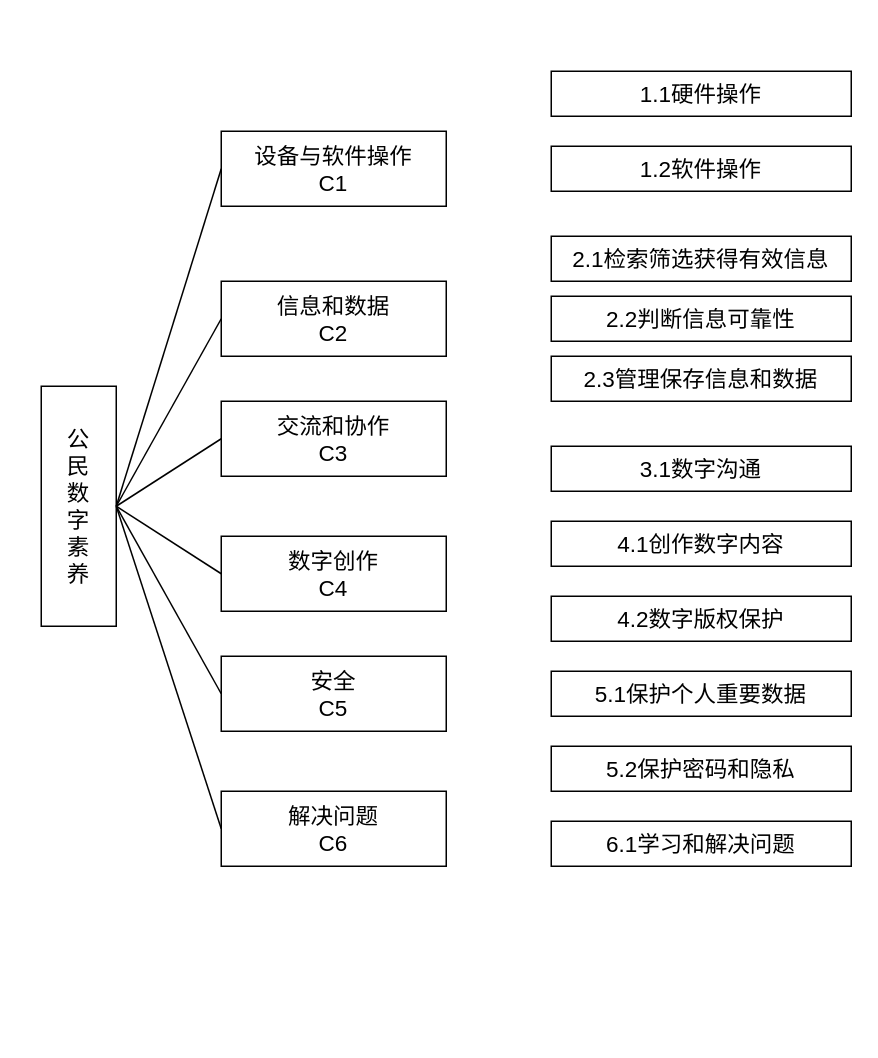
Above: digital-literacy.drawio in GreenTee-color/Documents (draw.io), before the change. Source tidied: cells renumbered, new cells numbered last; positions are measured from the earlier drawing's top-left corner, leaving out a move shared by most shapes. Both pictures are drawn from the tidied source at 150%, with x=0, y=0 at pixel (40, 70).
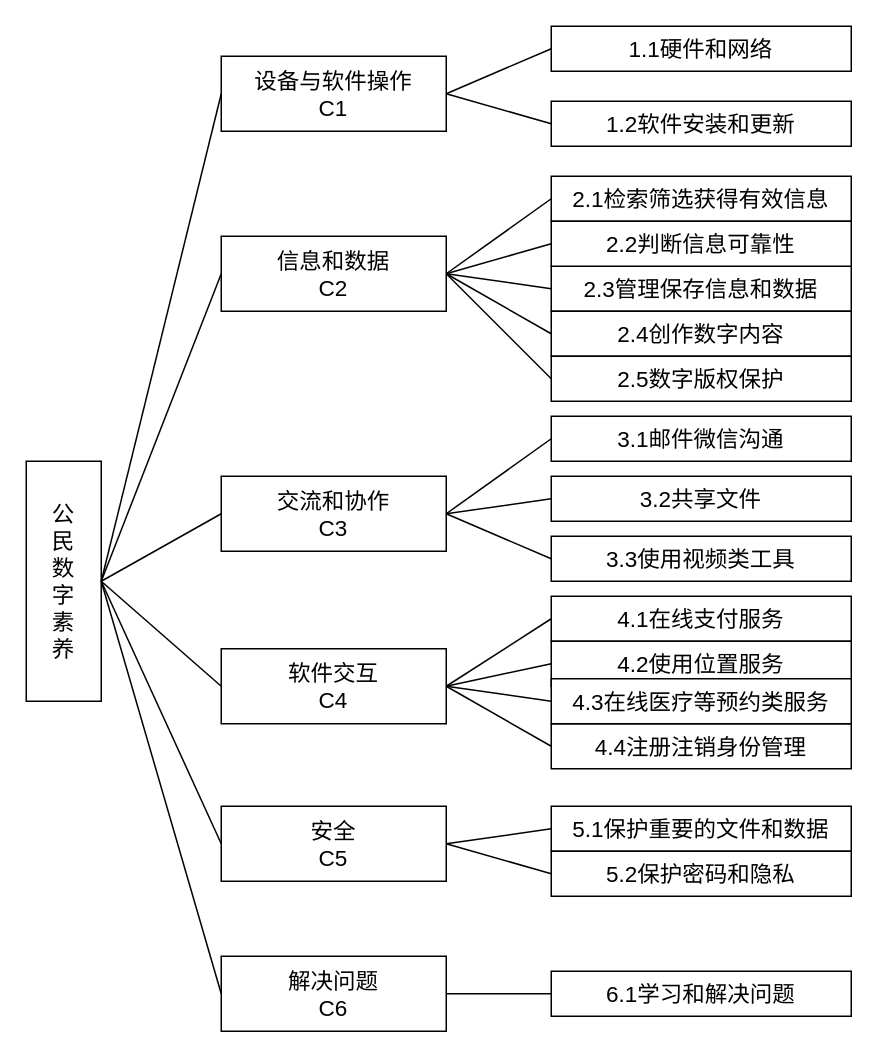
Above is the later version.

Diff of the diagram source:
```diff
@@
     <mxCell id="2" value="公&lt;br style=&quot;font-size: 15px;&quot;&gt;民&lt;br style=&quot;font-size: 15px;&quot;&gt;数&lt;br style=&quot;font-size: 15px;&quot;&gt;字&lt;br style=&quot;font-size: 15px;&quot;&gt;素&lt;br style=&quot;font-size: 15px;&quot;&gt;养" style="rounded=0;whiteSpace=wrap;html=1;verticalAlign=middle;fontSize=15;" parent="1" vertex="1">
-      <mxGeometry y="210" width="50" height="160" as="geometry" />
+      <mxGeometry x="-10" y="260" width="50" height="160" as="geometry" />
     </mxCell>
     <mxCell id="3" value="设备与软件操作&lt;br&gt;C1" style="rounded=0;whiteSpace=wrap;html=1;fontSize=15;" parent="1" vertex="1">
-      <mxGeometry x="120" y="40" width="150" height="50" as="geometry" />
+      <mxGeometry x="120" y="-10" width="150" height="50" as="geometry" />
     </mxCell>
     <mxCell id="4" value="信息和数据&lt;br&gt;C2" style="rounded=0;whiteSpace=wrap;html=1;fontSize=15;" parent="1" vertex="1">
-      <mxGeometry x="120" y="140" width="150" height="50" as="geometry" />
+      <mxGeometry x="120" y="110" width="150" height="50" as="geometry" />
     </mxCell>
     <mxCell id="5" value="交流和协作&lt;br&gt;C3" style="rounded=0;whiteSpace=wrap;html=1;fontSize=15;" parent="1" vertex="1">
-      <mxGeometry x="120" y="220" width="150" height="50" as="geometry" />
+      <mxGeometry x="120" y="270" width="150" height="50" as="geometry" />
     </mxCell>
-    <mxCell id="6" value="数字创作&lt;br&gt;C4" style="rounded=0;whiteSpace=wrap;html=1;fontSize=15;" parent="1" vertex="1">
-      <mxGeometry x="120" y="310" width="150" height="50" as="geometry" />
+    <mxCell id="6" value="软件交互&lt;br&gt;C4" style="rounded=0;whiteSpace=wrap;html=1;fontSize=15;" parent="1" vertex="1">
+      <mxGeometry x="120" y="385" width="150" height="50" as="geometry" />
     </mxCell>
     <mxCell id="7" value="安全&lt;br&gt;C5" style="rounded=0;whiteSpace=wrap;html=1;fontSize=15;" parent="1" vertex="1">
-      <mxGeometry x="120" y="390" width="150" height="50" as="geometry" />
+      <mxGeometry x="120" y="490" width="150" height="50" as="geometry" />
     </mxCell>
     <mxCell id="8" value="解决问题&lt;br&gt;C6" style="rounded=0;whiteSpace=wrap;html=1;fontSize=15;" parent="1" vertex="1">
-      <mxGeometry x="120" y="480" width="150" height="50" as="geometry" />
+      <mxGeometry x="120" y="590" width="150" height="50" as="geometry" />
     </mxCell>
-    <mxCell id="9" value="1.1硬件操作" style="rounded=0;whiteSpace=wrap;html=1;fontSize=15;" parent="1" vertex="1">
-      <mxGeometry x="340" width="200" height="30" as="geometry" />
+    <mxCell id="9" value="1.1硬件和网络" style="rounded=0;whiteSpace=wrap;html=1;fontSize=15;" parent="1" vertex="1">
+      <mxGeometry x="340" y="-30" width="200" height="30" as="geometry" />
     </mxCell>
-    <mxCell id="10" value="1.2软件操作" style="rounded=0;whiteSpace=wrap;html=1;fontSize=15;" parent="1" vertex="1">
-      <mxGeometry x="340" y="50" width="200" height="30" as="geometry" />
+    <mxCell id="10" value="1.2软件安装和更新" style="rounded=0;whiteSpace=wrap;html=1;fontSize=15;" parent="1" vertex="1">
+      <mxGeometry x="340" y="20" width="200" height="30" as="geometry" />
     </mxCell>
     <mxCell id="11" value="2.1检索筛选获得有效信息" style="rounded=0;whiteSpace=wrap;html=1;fontSize=15;" parent="1" vertex="1">
-      <mxGeometry x="340" y="110" width="200" height="30" as="geometry" />
+      <mxGeometry x="340" y="70" width="200" height="30" as="geometry" />
     </mxCell>
     <mxCell id="12" value="2.3管理保存信息和数据" style="rounded=0;whiteSpace=wrap;html=1;fontSize=15;" parent="1" vertex="1">
-      <mxGeometry x="340" y="190" width="200" height="30" as="geometry" />
+      <mxGeometry x="340" y="130" width="200" height="30" as="geometry" />
     </mxCell>
     <mxCell id="13" value="2.2判断信息可靠性" style="rounded=0;whiteSpace=wrap;html=1;fontSize=15;" parent="1" vertex="1">
-      <mxGeometry x="340" y="150" width="200" height="30" as="geometry" />
+      <mxGeometry x="340" y="100" width="200" height="30" as="geometry" />
     </mxCell>
-    <mxCell id="14" value="3.1数字沟通" style="rounded=0;whiteSpace=wrap;html=1;fontSize=15;" parent="1" vertex="1">
-      <mxGeometry x="340" y="250" width="200" height="30" as="geometry" />
+    <mxCell id="14" value="3.1邮件微信沟通" style="rounded=0;whiteSpace=wrap;html=1;fontSize=15;" parent="1" vertex="1">
+      <mxGeometry x="340" y="230" width="200" height="30" as="geometry" />
     </mxCell>
-    <mxCell id="15" value="4.1创作数字内容" style="rounded=0;whiteSpace=wrap;html=1;fontSize=15;" parent="1" vertex="1">
-      <mxGeometry x="340" y="300" width="200" height="30" as="geometry" />
+    <mxCell id="15" value="2.4创作数字内容" style="rounded=0;whiteSpace=wrap;html=1;fontSize=15;" parent="1" vertex="1">
+      <mxGeometry x="340" y="160" width="200" height="30" as="geometry" />
     </mxCell>
-    <mxCell id="16" value="4.2数字版权保护" style="rounded=0;whiteSpace=wrap;html=1;fontSize=15;" parent="1" vertex="1">
-      <mxGeometry x="340" y="350" width="200" height="30" as="geometry" />
+    <mxCell id="16" value="2.5数字版权保护" style="rounded=0;whiteSpace=wrap;html=1;fontSize=15;" parent="1" vertex="1">
+      <mxGeometry x="340" y="190" width="200" height="30" as="geometry" />
     </mxCell>
-    <mxCell id="17" value="5.1保护个人重要数据" style="rounded=0;whiteSpace=wrap;html=1;fontSize=15;" parent="1" vertex="1">
-      <mxGeometry x="340" y="400" width="200" height="30" as="geometry" />
+    <mxCell id="17" value="5.1保护重要的文件和数据" style="rounded=0;whiteSpace=wrap;html=1;fontSize=15;" parent="1" vertex="1">
+      <mxGeometry x="340" y="490" width="200" height="30" as="geometry" />
     </mxCell>
     <mxCell id="18" value="5.2保护密码和隐私" style="rounded=0;whiteSpace=wrap;html=1;fontSize=15;" parent="1" vertex="1">
-      <mxGeometry x="340" y="450" width="200" height="30" as="geometry" />
+      <mxGeometry x="340" y="520" width="200" height="30" as="geometry" />
     </mxCell>
     <mxCell id="19" value="6.1学习和解决问题" style="rounded=0;whiteSpace=wrap;html=1;fontSize=15;" parent="1" vertex="1">
-      <mxGeometry x="340" y="500" width="200" height="30" as="geometry" />
+      <mxGeometry x="340" y="600" width="200" height="30" as="geometry" />
     </mxCell>
-    <mxCell id="20" style="endArrow=none;html=1;rounded=0;fontSize=15;entryX=0;entryY=0.5;entryDx=0;entryDy=0;" parent="1" edge="1" target="3">
-      <mxGeometry relative="1" as="geometry">
-        <mxPoint x="50" y="290" as="sourcePoint" />
-      </mxGeometry>
+    <mxCell id="20" style="endArrow=none;html=1;rounded=0;fontSize=15;entryX=0;entryY=0.5;entryDx=0;entryDy=0;exitX=1;exitY=0.5;exitDx=0;exitDy=0;" parent="1" edge="1" source="2" target="3">
+      <mxGeometry relative="1" as="geometry" />
     </mxCell>
@@
-    <mxCell id="24" style="endArrow=none;html=1;rounded=0;fontSize=15;entryX=0;entryY=0.5;entryDx=0;entryDy=0;" parent="1" edge="1" target="7">
-      <mxGeometry relative="1" as="geometry">
-        <mxPoint x="50" y="290" as="sourcePoint" />
-      </mxGeometry>
+    <mxCell id="24" style="endArrow=none;html=1;rounded=0;fontSize=15;entryX=0;entryY=0.5;entryDx=0;entryDy=0;exitX=1;exitY=0.5;exitDx=0;exitDy=0;" parent="1" edge="1" source="2" target="7">
+      <mxGeometry relative="1" as="geometry" />
     </mxCell>
-    <mxCell id="25" style="endArrow=none;html=1;rounded=0;fontSize=15;entryX=0;entryY=0.5;entryDx=0;entryDy=0;" parent="1" edge="1" target="8">
-      <mxGeometry relative="1" as="geometry">
-        <mxPoint x="50" y="290" as="sourcePoint" />
-      </mxGeometry>
+    <mxCell id="25" style="endArrow=none;html=1;rounded=0;fontSize=15;entryX=0;entryY=0.5;entryDx=0;entryDy=0;exitX=1;exitY=0.5;exitDx=0;exitDy=0;" parent="1" edge="1" source="2" target="8">
+      <mxGeometry relative="1" as="geometry" />
     </mxCell>
+    <mxCell id="26" value="3.2共享文件" style="rounded=0;whiteSpace=wrap;html=1;fontSize=15;" parent="1" vertex="1">
+      <mxGeometry x="340" y="270" width="200" height="30" as="geometry" />
+    </mxCell>
+    <mxCell id="27" value="3.3使用视频类工具" style="rounded=0;whiteSpace=wrap;html=1;fontSize=15;" parent="1" vertex="1">
+      <mxGeometry x="340" y="310" width="200" height="30" as="geometry" />
+    </mxCell>
+    <mxCell id="28" value="4.1在线支付服务" style="rounded=0;whiteSpace=wrap;html=1;fontSize=15;" parent="1" vertex="1">
+      <mxGeometry x="340" y="350" width="200" height="30" as="geometry" />
+    </mxCell>
+    <mxCell id="29" value="4.4注册注销身份管理" style="rounded=0;whiteSpace=wrap;html=1;fontSize=15;" parent="1" vertex="1">
+      <mxGeometry x="340" y="435" width="200" height="30" as="geometry" />
+    </mxCell>
+    <mxCell id="30" value="4.2使用位置服务" style="rounded=0;whiteSpace=wrap;html=1;fontSize=15;" parent="1" vertex="1">
+      <mxGeometry x="340" y="380" width="200" height="30" as="geometry" />
+    </mxCell>
+    <mxCell id="31" value="4.3在线医疗等预约类服务" style="rounded=0;whiteSpace=wrap;html=1;fontSize=15;" parent="1" vertex="1">
+      <mxGeometry x="340" y="405" width="200" height="30" as="geometry" />
+    </mxCell>
+    <mxCell id="32" style="endArrow=none;html=1;rounded=0;entryX=0;entryY=0.5;entryDx=0;entryDy=0;exitX=1;exitY=0.5;exitDx=0;exitDy=0;" parent="1" edge="1" source="3" target="9">
+      <mxGeometry relative="1" as="geometry" />
+    </mxCell>
+    <mxCell id="33" style="endArrow=none;html=1;rounded=0;entryX=0;entryY=0.5;entryDx=0;entryDy=0;exitX=1;exitY=0.5;exitDx=0;exitDy=0;" parent="1" edge="1" source="3" target="10">
+      <mxGeometry relative="1" as="geometry" />
+    </mxCell>
+    <mxCell id="34" style="endArrow=none;html=1;rounded=0;entryX=0;entryY=0.5;entryDx=0;entryDy=0;exitX=1;exitY=0.5;exitDx=0;exitDy=0;" parent="1" edge="1" source="4" target="11">
+      <mxGeometry relative="1" as="geometry" />
+    </mxCell>
+    <mxCell id="35" style="endArrow=none;html=1;rounded=0;entryX=0;entryY=0.5;entryDx=0;entryDy=0;exitX=1;exitY=0.5;exitDx=0;exitDy=0;" parent="1" edge="1" source="4" target="13">
+      <mxGeometry relative="1" as="geometry" />
+    </mxCell>
+    <mxCell id="36" style="endArrow=none;html=1;rounded=0;entryX=0;entryY=0.5;entryDx=0;entryDy=0;exitX=1;exitY=0.5;exitDx=0;exitDy=0;" parent="1" edge="1" source="4" target="12">
+      <mxGeometry relative="1" as="geometry" />
+    </mxCell>
+    <mxCell id="37" style="endArrow=none;html=1;rounded=0;entryX=0;entryY=0.5;entryDx=0;entryDy=0;exitX=1;exitY=0.5;exitDx=0;exitDy=0;" parent="1" edge="1" source="4" target="15">
+      <mxGeometry relative="1" as="geometry" />
+    </mxCell>
+    <mxCell id="38" style="endArrow=none;html=1;rounded=0;entryX=0;entryY=0.5;entryDx=0;entryDy=0;exitX=1;exitY=0.5;exitDx=0;exitDy=0;" parent="1" edge="1" source="4" target="16">
+      <mxGeometry relative="1" as="geometry" />
+    </mxCell>
+    <mxCell id="39" style="endArrow=none;html=1;rounded=0;entryX=0;entryY=0.5;entryDx=0;entryDy=0;exitX=1;exitY=0.5;exitDx=0;exitDy=0;" parent="1" edge="1" source="5" target="14">
+      <mxGeometry relative="1" as="geometry" />
+    </mxCell>
+    <mxCell id="40" style="endArrow=none;html=1;rounded=0;entryX=0;entryY=0.5;entryDx=0;entryDy=0;exitX=1;exitY=0.5;exitDx=0;exitDy=0;" parent="1" edge="1" source="5" target="26">
+      <mxGeometry relative="1" as="geometry" />
+    </mxCell>
+    <mxCell id="41" style="endArrow=none;html=1;rounded=0;entryX=0;entryY=0.5;entryDx=0;entryDy=0;exitX=1;exitY=0.5;exitDx=0;exitDy=0;" parent="1" edge="1" source="5" target="27">
+      <mxGeometry relative="1" as="geometry" />
+    </mxCell>
+    <mxCell id="42" style="endArrow=none;html=1;rounded=0;entryX=0;entryY=0.5;entryDx=0;entryDy=0;exitX=1;exitY=0.5;exitDx=0;exitDy=0;" parent="1" edge="1" source="6" target="28">
+      <mxGeometry relative="1" as="geometry" />
+    </mxCell>
+    <mxCell id="43" style="endArrow=none;html=1;rounded=0;entryX=0;entryY=0.5;entryDx=0;entryDy=0;exitX=1;exitY=0.5;exitDx=0;exitDy=0;" parent="1" edge="1" source="6" target="30">
+      <mxGeometry relative="1" as="geometry" />
+    </mxCell>
+    <mxCell id="44" style="endArrow=none;html=1;rounded=0;entryX=0;entryY=0.5;entryDx=0;entryDy=0;exitX=1;exitY=0.5;exitDx=0;exitDy=0;" parent="1" edge="1" source="6" target="31">
+      <mxGeometry relative="1" as="geometry" />
+    </mxCell>
+    <mxCell id="45" style="endArrow=none;html=1;rounded=0;entryX=0;entryY=0.5;entryDx=0;entryDy=0;exitX=1;exitY=0.5;exitDx=0;exitDy=0;" parent="1" edge="1" source="6" target="29">
+      <mxGeometry relative="1" as="geometry" />
+    </mxCell>
+    <mxCell id="46" style="endArrow=none;html=1;rounded=0;entryX=0;entryY=0.5;entryDx=0;entryDy=0;exitX=1;exitY=0.5;exitDx=0;exitDy=0;" parent="1" edge="1" source="7" target="17">
+      <mxGeometry relative="1" as="geometry" />
+    </mxCell>
+    <mxCell id="47" style="endArrow=none;html=1;rounded=0;entryX=0;entryY=0.5;entryDx=0;entryDy=0;exitX=1;exitY=0.5;exitDx=0;exitDy=0;" parent="1" edge="1" source="7" target="18">
+      <mxGeometry relative="1" as="geometry" />
+    </mxCell>
+    <mxCell id="48" style="endArrow=none;html=1;rounded=0;entryX=0;entryY=0.5;entryDx=0;entryDy=0;exitX=1;exitY=0.5;exitDx=0;exitDy=0;" parent="1" edge="1" source="8" target="19">
+      <mxGeometry relative="1" as="geometry" />
+    </mxCell>
```
